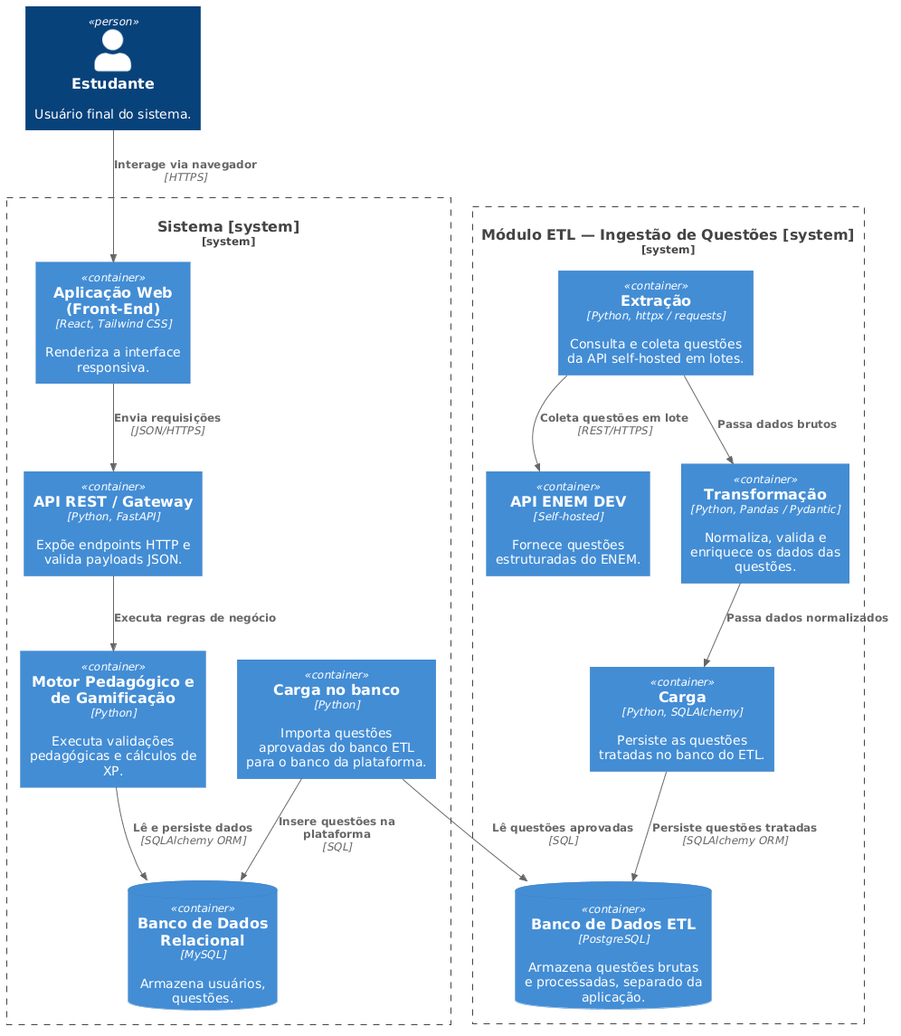
Earlier version of the PlantUML export Monografia/figuras/diagrama_arquitetura.png (guilherme3987/TCC).
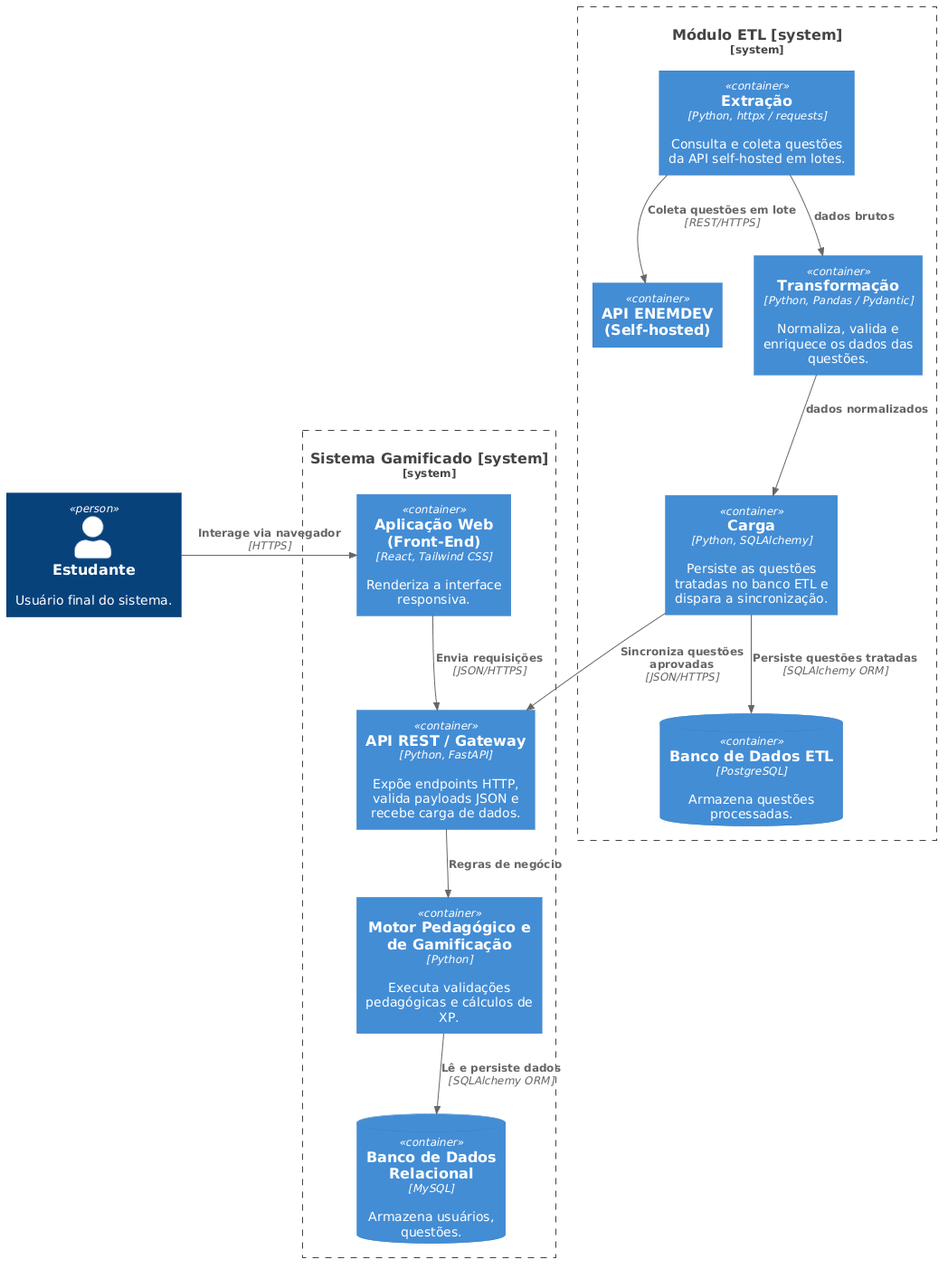
The same diagram one commit later.

Commit message:
Finalizando intro, fundamentação teórica, descrevendo elementos de gamificação. Nova arquitetura do sistema

Diff of the diagram source:
```diff
@@ -1,35 +1,32 @@
 @startuml
 !include https://raw.githubusercontent.com/plantuml-stdlib/C4-PlantUML/master/C4_Container.puml
 
-
 Person(estudante, "Estudante", "Usuário final do sistema.")
 
-System_Boundary(plataforma, "Sistema [system]") {
+System_Boundary(plataforma, "Sistema Gamificado [system]") {
     Container(frontend, "Aplicação Web\n(Front-End)", "React, Tailwind CSS", "Renderiza a interface responsiva.")
-    Container(api_gateway, "API REST / Gateway", "Python, FastAPI", "Expõe endpoints HTTP e valida payloads JSON.")
+    Container(api_gateway, "API REST / Gateway", "Python, FastAPI", "Expõe endpoints HTTP, valida payloads JSON e recebe carga de dados.")
     Container(motor_pedagogico, "Motor Pedagógico e\nde Gamificação", "Python", "Executa validações pedagógicas e cálculos de XP.")
     ContainerDb(banco_relacional, "Banco de Dados\nRelacional", "MySQL", "Armazena usuários, questões.")
-    Container(carga_banco, "Carga no banco", "Python", "Importa questões aprovadas do banco ETL para o banco da plataforma.")
 }
 
-System_Boundary(modulo_etl, "Módulo ETL — Ingestão de Questões [system]") {
+System_Boundary(modulo_etl, "Módulo ETL [system]") {
     Container(extracao, "Extração", "Python, httpx / requests", "Consulta e coleta questões da API self-hosted em lotes.")
-    Container(api_enem, "API ENEM DEV", "Self-hosted", "Fornece questões estruturadas do ENEM.")
+    Container(api_enem, "API ENEMDEV\n(Self-hosted)")
     Container(transformacao, "Transformação", "Python, Pandas / Pydantic", "Normaliza, valida e enriquece os dados das questões.")
-    Container(carga, "Carga", "Python, SQLAlchemy", "Persiste as questões tratadas no banco do ETL.")
-    ContainerDb(banco_etl, "Banco de Dados ETL", "PostgreSQL", "Armazena questões brutas e processadas, separado da aplicação.")
+    Container(carga, "Carga", "Python, SQLAlchemy", "Persiste as questões tratadas no banco ETL e dispara a sincronização.")
+    ContainerDb(banco_etl, "Banco de Dados ETL", "PostgreSQL", "Armazena questões processadas.")
 }
 
-Rel(estudante, frontend, "Interage via navegador", "HTTPS")
+Rel_Right(estudante, frontend, "Interage via navegador", "HTTPS")
 Rel(frontend, api_gateway, "Envia requisições", "JSON/HTTPS")
-Rel(api_gateway, motor_pedagogico, "Executa regras de negócio")
+Rel(api_gateway, motor_pedagogico, "Regras de negócio")
 Rel(motor_pedagogico, banco_relacional, "Lê e persiste dados", "SQLAlchemy ORM")
 
 Rel(extracao, api_enem, "Coleta questões em lote", "REST/HTTPS")
-Rel(extracao, transformacao, "Passa dados brutos")
-Rel(transformacao, carga, "Passa dados normalizados")
+Rel(extracao, transformacao, "dados brutos")
+Rel(transformacao, carga, "dados normalizados")
 Rel(carga, banco_etl, "Persiste questões tratadas", "SQLAlchemy ORM")
 
-Rel(carga_banco, banco_etl, "Lê questões aprovadas", "SQL")
-Rel(carga_banco, banco_relacional, "Insere questões na plataforma", "SQL")
+Rel(carga, api_gateway, "Sincroniza questões aprovadas", "JSON/HTTPS")
 @enduml
```
